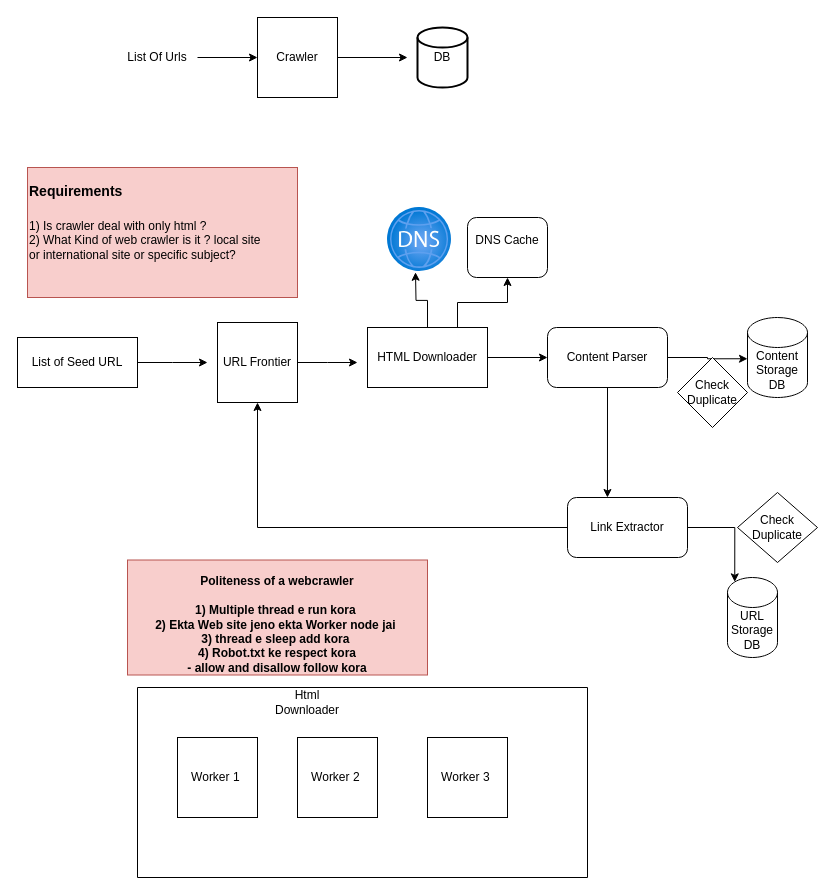
Before: Design a Web Crawler .drawio in bappimazumder/system-design, a draw.io diagram. Source tidied: cells renumbered, new cells numbered last; positions are measured from the earlier drawing's top-left corner, leaving out a move shared by most shapes. Both pictures are drawn from the tidied source at 100%, with x=0, y=0 at pixel (17, 17).
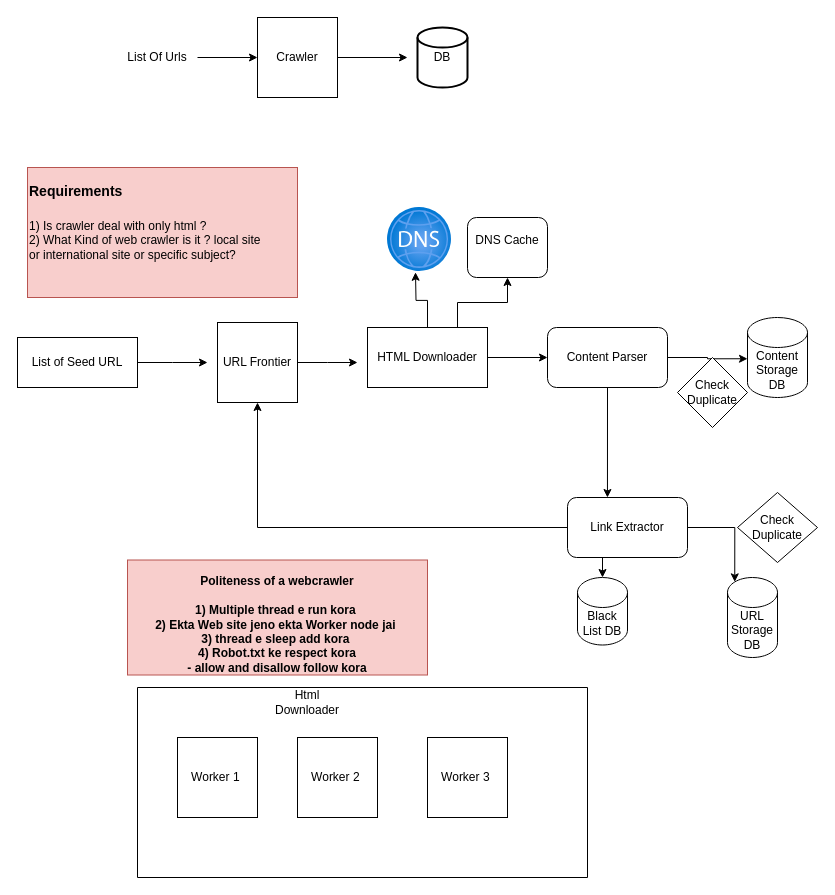
The same diagram, later.

Unchanged cells that the change refers to:
```xml
<mxCell id="22" value="Link Extractor" style="rounded=1;whiteSpace=wrap;html=1;" parent="1" vertex="1">
  <mxGeometry x="550" y="480" width="120" height="60" as="geometry" />
</mxCell>
```

The edit, as a diff of the source:
```diff
@@
+    <mxCell id="34" value="Black List DB" style="shape=cylinder3;whiteSpace=wrap;html=1;boundedLbl=1;backgroundOutline=1;size=15;" parent="1" vertex="1">
+      <mxGeometry x="560" y="560" width="50" height="67.5" as="geometry" />
+    </mxCell>
+    <mxCell id="35" style="edgeStyle=orthogonalEdgeStyle;rounded=0;jettySize=auto;html=1;exitX=0.25;exitY=1;exitDx=0;exitDy=0;entryX=0.5;entryY=0;entryDx=0;entryDy=0;entryPerimeter=0;" parent="1" edge="1" source="22" target="34">
+      <mxGeometry relative="1" as="geometry" />
+    </mxCell>
```
